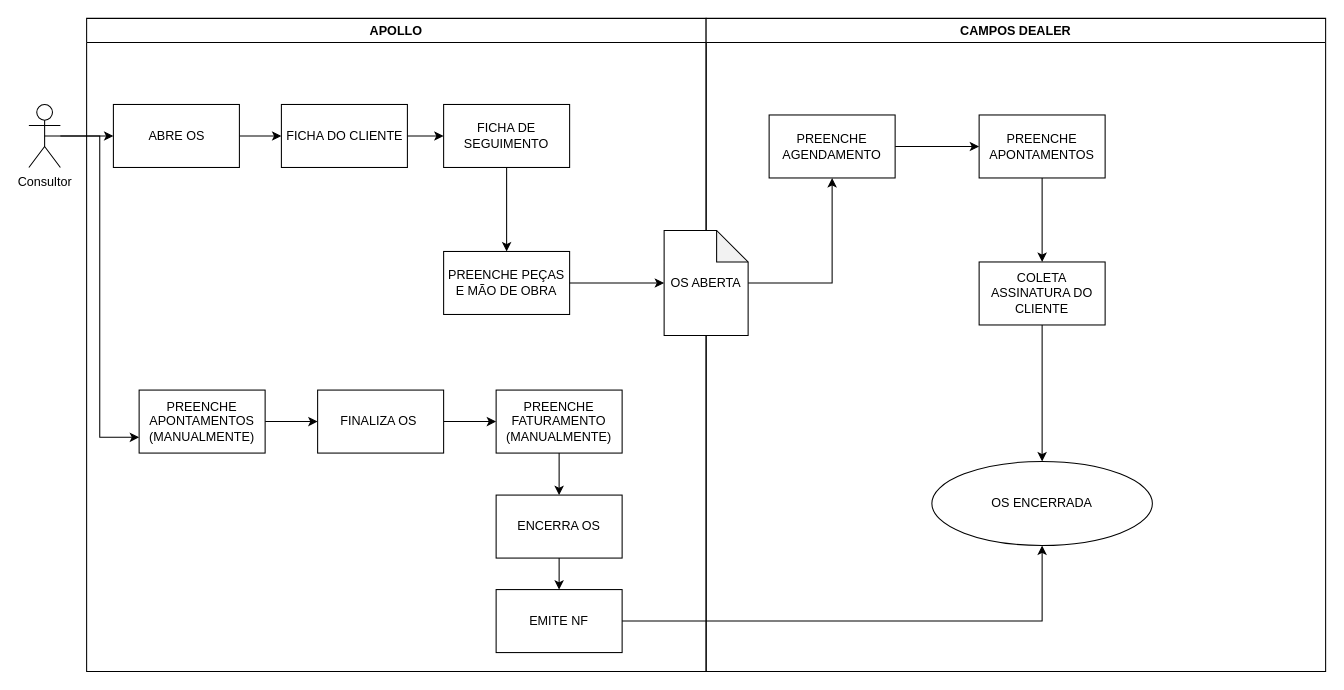
bruno-gonzalez/diagrams keeps this draw.io diagram as Diagrama sem nome.drawio. Above is the earlier version. Source tidied: cells renumbered, new cells numbered last; positions are measured from the earlier drawing's top-left corner, leaving out a move shared by most shapes. Both pictures are drawn from the tidied source at 105%, with x=0, y=0 at pixel (28, 18).
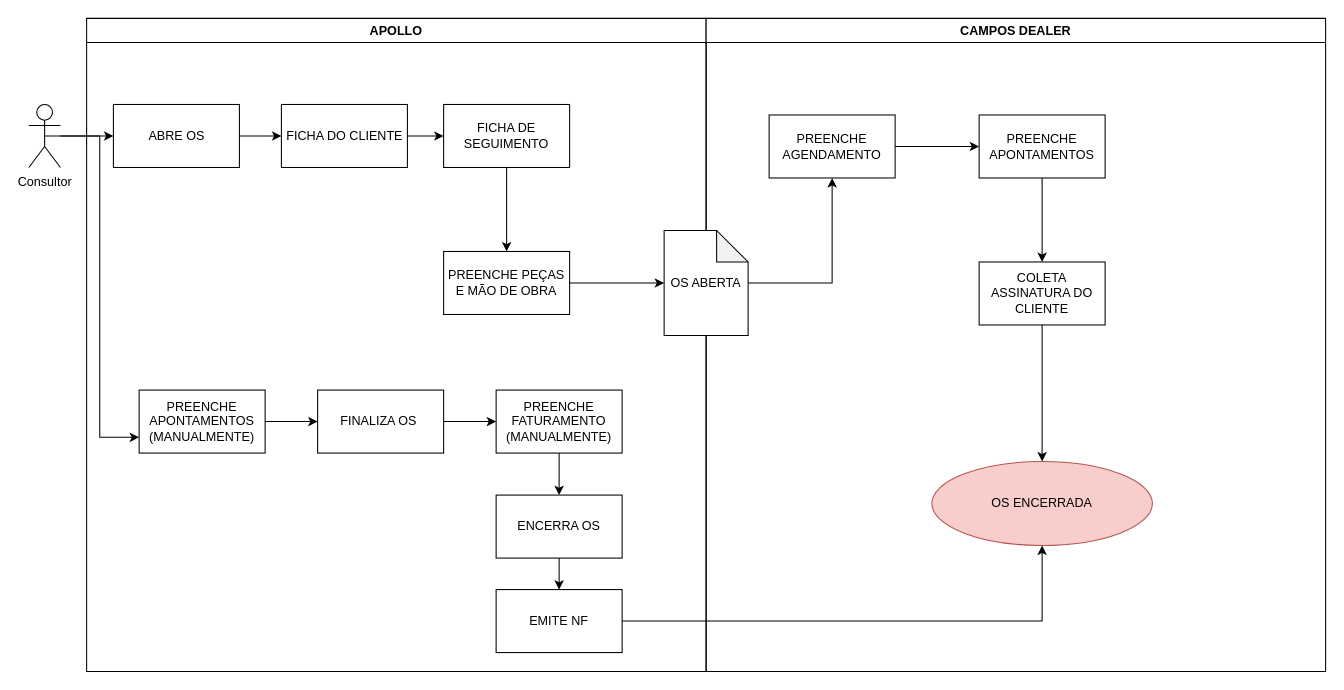
The same page after the edit.

The change refers to these unchanged cells:
```xml
<mxCell id="19" value="CAMPOS DEALER" style="swimlane;whiteSpace=wrap;startSize=23;" parent="1" vertex="1">
  <mxGeometry x="645" width="590" height="622" as="geometry" />
</mxCell>
```

Change to the diagram source:
```diff
@@
-    <mxCell id="26" value="OS ENCERRADA" style="ellipse;whiteSpace=wrap;html=1;rounded=0;" parent="19" vertex="1">
+    <mxCell id="26" value="OS ENCERRADA" style="ellipse;whiteSpace=wrap;html=1;rounded=0;fillColor=#f8cecc;strokeColor=#b85450;" parent="19" vertex="1">
       <mxGeometry x="215" y="422" width="210" height="80" as="geometry" />
     </mxCell>
```
